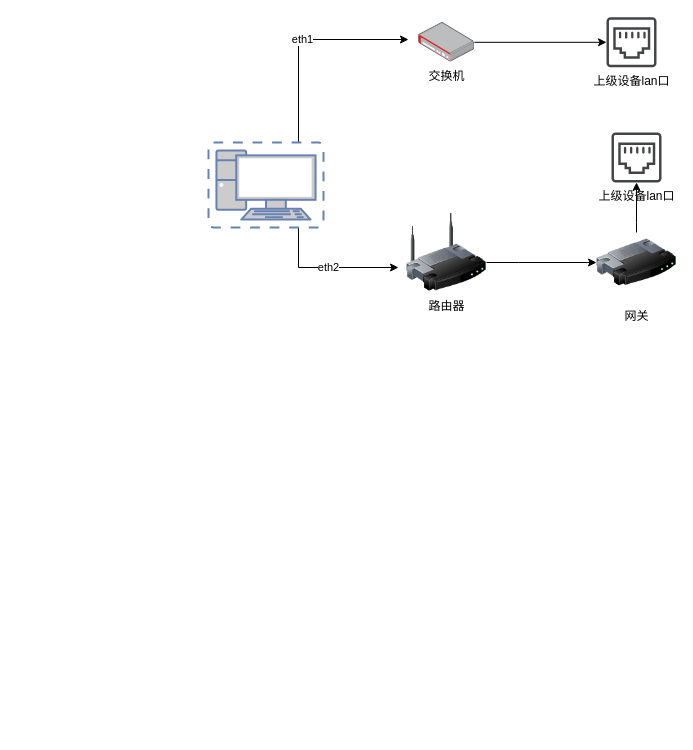
EasternCabbage/draw.io keeps this draw.io diagram as 小问题.drawio. Above is the earlier version. Source tidied: cells renumbered, new cells numbered last; positions are measured from the earlier drawing's top-left corner, leaving out a move shared by most shapes. Both pictures are drawn from the tidied source at 100%, with x=0, y=0 at pixel (208, 17).
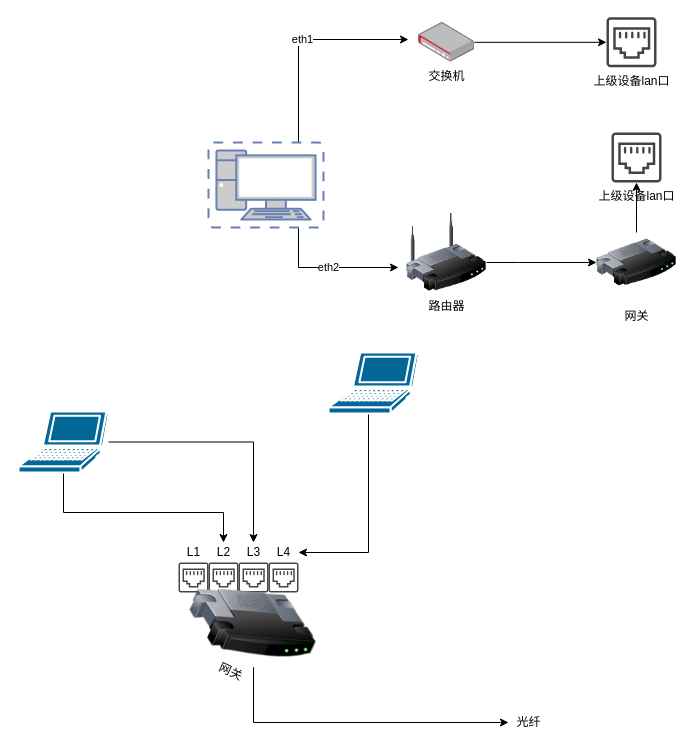
Above is the later version.

The edit, as a diff of the source:
```diff
@@
+    <mxCell id="13" style="edgeStyle=orthogonalEdgeStyle;rounded=0;jettySize=auto;html=1;" parent="1" edge="1" source="14" target="27">
+      <mxGeometry relative="1" as="geometry">
+        <Array as="points">
+          <mxPoint x="160" y="535" />
+        </Array>
+      </mxGeometry>
+    </mxCell>
+    <mxCell id="14" style="shape=mxgraph.cisco.computers_and_peripherals.laptop;html=1;dashed=0;fillColor=#036897;strokeColor=#ffffff;strokeWidth=2;verticalLabelPosition=bottom;verticalAlign=top;align=center;outlineConnect=0;" parent="1" vertex="1">
+      <mxGeometry x="120.1" y="335" width="90" height="61" as="geometry" />
+    </mxCell>
+    <mxCell id="15" style="edgeStyle=orthogonalEdgeStyle;rounded=0;jettySize=auto;html=1;" parent="1" edge="1" source="17" target="25">
+      <mxGeometry relative="1" as="geometry">
+        <Array as="points">
+          <mxPoint x="-145" y="495" />
+          <mxPoint x="15" y="495" />
+        </Array>
+      </mxGeometry>
+    </mxCell>
+    <mxCell id="16" style="edgeStyle=orthogonalEdgeStyle;rounded=0;jettySize=auto;html=1;" parent="1" edge="1" source="17" target="26">
+      <mxGeometry relative="1" as="geometry" />
+    </mxCell>
+    <mxCell id="17" style="shape=mxgraph.cisco.computers_and_peripherals.laptop;html=1;dashed=0;fillColor=#036897;strokeColor=#ffffff;strokeWidth=2;verticalLabelPosition=bottom;verticalAlign=top;align=center;outlineConnect=0;" parent="1" vertex="1">
+      <mxGeometry x="-190" y="394" width="90" height="61" as="geometry" />
+    </mxCell>
+    <mxCell id="18" value="&lt;br&gt;" style="sketch=0;shadow=0;dashed=0;html=1;strokeColor=none;fillColor=#434445;labelPosition=center;verticalLabelPosition=bottom;verticalAlign=top;align=center;shape=mxgraph.vvd.ethernet_port;" parent="1" vertex="1">
+      <mxGeometry x="-30" y="545" width="30" height="30" as="geometry" />
+    </mxCell>
+    <mxCell id="19" style="sketch=0;shadow=0;dashed=0;html=1;strokeColor=none;fillColor=#434445;labelPosition=center;verticalLabelPosition=bottom;verticalAlign=top;align=center;shape=mxgraph.vvd.ethernet_port;" parent="1" vertex="1">
+      <mxGeometry y="545" width="30" height="30" as="geometry" />
+    </mxCell>
+    <mxCell id="20" value="&lt;br&gt;" style="sketch=0;shadow=0;dashed=0;html=1;strokeColor=none;fillColor=#434445;labelPosition=center;verticalLabelPosition=bottom;verticalAlign=top;align=center;shape=mxgraph.vvd.ethernet_port;" parent="1" vertex="1">
+      <mxGeometry x="30" y="545" width="30" height="30" as="geometry" />
+    </mxCell>
+    <mxCell id="21" style="sketch=0;shadow=0;dashed=0;html=1;strokeColor=none;fillColor=#434445;labelPosition=center;verticalLabelPosition=bottom;verticalAlign=top;align=center;shape=mxgraph.vvd.ethernet_port;" parent="1" vertex="1">
+      <mxGeometry x="60" y="545" width="30" height="30" as="geometry" />
+    </mxCell>
+    <mxCell id="22" style="edgeStyle=orthogonalEdgeStyle;rounded=0;jettySize=auto;html=1;" parent="1" edge="1" source="23">
+      <mxGeometry relative="1" as="geometry">
+        <mxPoint x="300" y="705" as="targetPoint" />
+        <Array as="points">
+          <mxPoint x="45" y="705" />
+        </Array>
+      </mxGeometry>
+    </mxCell>
+    <mxCell id="23" value="网关" style="image;html=1;image=img/lib/clip_art/networking/Router_128x128.png;rotation=25;" parent="1" vertex="1">
+      <mxGeometry x="-20" y="565.6" width="130" height="80" as="geometry" />
+    </mxCell>
+    <mxCell id="24" value="L1" style="text;html=1;align=center;verticalAlign=middle;strokeColor=none;fillColor=none;" parent="1" vertex="1">
+      <mxGeometry x="-30" y="525" width="30" height="20" as="geometry" />
+    </mxCell>
+    <mxCell id="25" value="L2" style="text;html=1;align=center;verticalAlign=middle;points=[];strokeColor=none;fillColor=none;" parent="1" vertex="1">
+      <mxGeometry y="525" width="30" height="20" as="geometry" />
+    </mxCell>
+    <mxCell id="26" value="L3" style="text;html=1;align=center;verticalAlign=middle;points=[];strokeColor=none;fillColor=none;" parent="1" vertex="1">
+      <mxGeometry x="30" y="525" width="30" height="20" as="geometry" />
+    </mxCell>
+    <mxCell id="27" value="L4" style="text;html=1;align=center;verticalAlign=middle;points=[];strokeColor=none;fillColor=none;" parent="1" vertex="1">
+      <mxGeometry x="60" y="525" width="30" height="20" as="geometry" />
+    </mxCell>
+    <mxCell id="28" value="光纤" style="text;html=1;align=center;verticalAlign=middle;strokeColor=none;fillColor=none;" parent="1" vertex="1">
+      <mxGeometry x="300" y="695" width="40" height="20" as="geometry" />
+    </mxCell>
```
